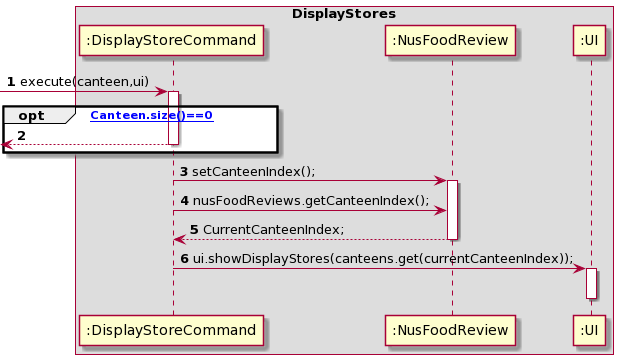
The PlantUML diagram docs/img/DisplayStores.png in nus-cs2113-AY2021S2/tp, before a commit. Source of this version:
```plantuml
@startuml

autonumber
box DisplayStores

-> ":DisplayStoreCommand" : execute(canteen,ui)
activate ":DisplayStoreCommand"
opt [Canteen.size()==0]
return
end

":DisplayStoreCommand" -> ":NusFoodReview" : setCanteenIndex();
activate ":NusFoodReview"
":DisplayStoreCommand" -> ":NusFoodReview" : nusFoodReviews.getCanteenIndex();
":NusFoodReview" --> ":DisplayStoreCommand" : CurrentCanteenIndex;
deactivate ":NusFoodReview"

":DisplayStoreCommand" -> ":UI" : ui.showDisplayStores(canteens.get(currentCanteenIndex));
activate ":UI"
deactivate ":UI"
@enduml
```
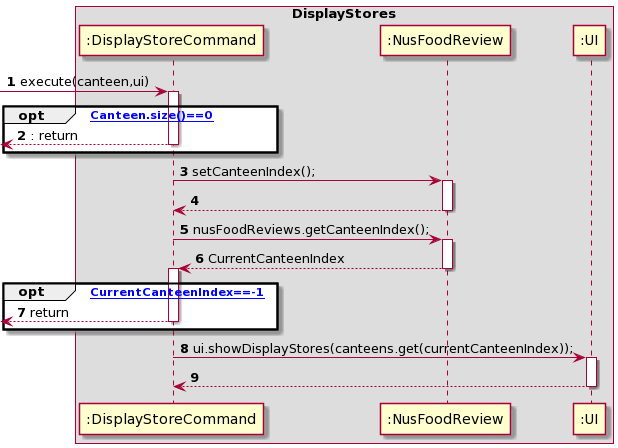
After the change.

Commit message:
update DG, display canteen. Edited DisplayStores

What changed in the source:
```diff
@@ -6,16 +6,30 @@
 -> ":DisplayStoreCommand" : execute(canteen,ui)
 activate ":DisplayStoreCommand"
 opt [Canteen.size()==0]
-return
+return : return
 end
 
 ":DisplayStoreCommand" -> ":NusFoodReview" : setCanteenIndex();
 activate ":NusFoodReview"
+":NusFoodReview" --> ":DisplayStoreCommand"
+deactivate ":NusFoodReview"
+
+
 ":DisplayStoreCommand" -> ":NusFoodReview" : nusFoodReviews.getCanteenIndex();
-":NusFoodReview" --> ":DisplayStoreCommand" : CurrentCanteenIndex;
+activate ":NusFoodReview"
+":NusFoodReview" --> ":DisplayStoreCommand" : CurrentCanteenIndex
 deactivate ":NusFoodReview"
+
+
+opt [CurrentCanteenIndex==-1]
+activate ":DisplayStoreCommand"
+<-- ":DisplayStoreCommand" : return
+deactivate ":DisplayStoreCommand"
+end
+
 
 ":DisplayStoreCommand" -> ":UI" : ui.showDisplayStores(canteens.get(currentCanteenIndex));
 activate ":UI"
+":UI" --> ":DisplayStoreCommand"
 deactivate ":UI"
 @enduml
```
